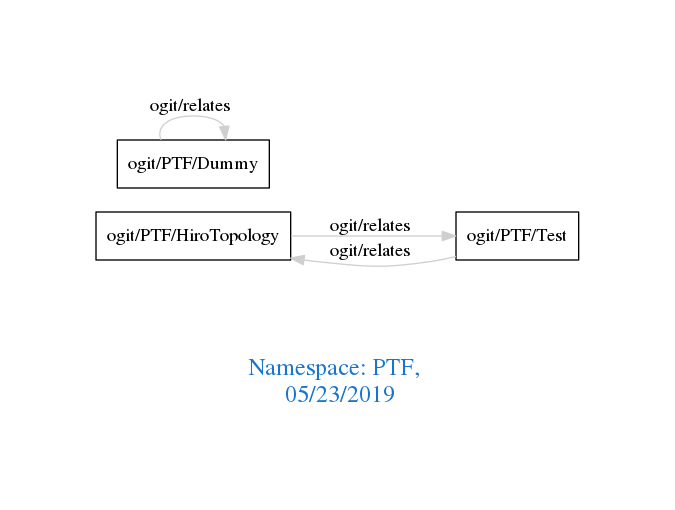
Before: downloads/PTF.png, a diagram exported from Graphviz (arago/OGIT). Its source is kept beside it as downloads/PTF.dot.
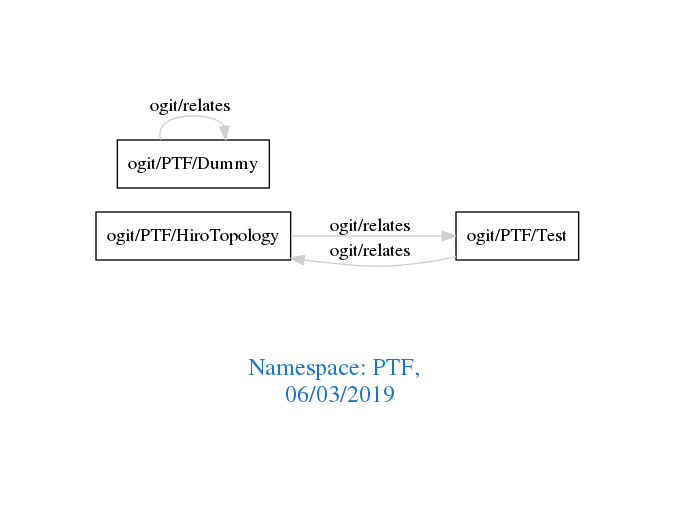
The same file after the commit.

Change to the diagram source:
```diff
@@ -1,7 +1,7 @@
 digraph OGIT_ontology {
  graph [ rankdir= LR,pad=1
 fontsize = 18,
-fontcolor= dodgerblue3,label = "\n\n\nNamespace: PTF, \n 05/23/2019"];
+fontcolor= dodgerblue3,label = "\n\n\nNamespace: PTF, \n 06/03/2019"];
 node[shape=polygon];
 edge [  color="gray81"];
 
```
